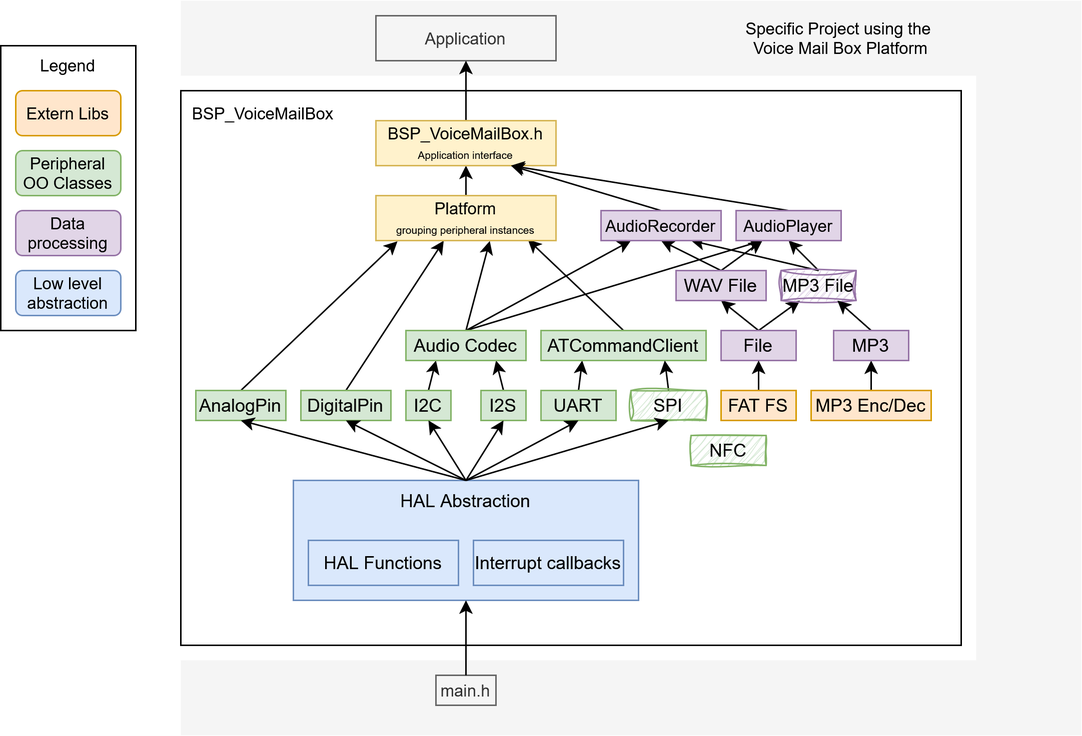
This is Software/BSP_VoiceMailBox/documentation/images/SoftwareStructureOverview.png from KROIA/Voicemail-Box, a draw.io export, as it was before one commit. Source tidied: cells renumbered, new cells last; positions are measured from the earlier drawing's top-left corner, leaving out a move shared by most shapes.
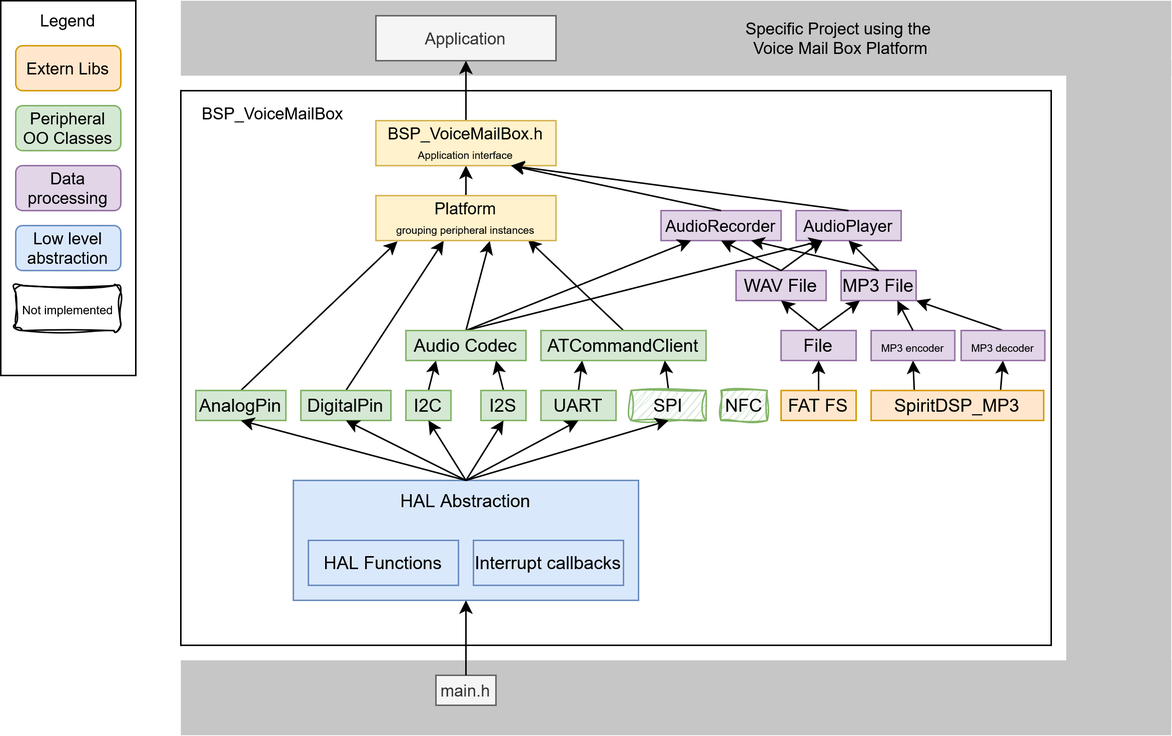
After the change.

The edit, as a diff of the source:
```diff
@@ -5,37 +5,94 @@
     <mxCell id="2" value="Legend" style="rounded=0;whiteSpace=wrap;html=1;align=center;verticalAlign=top;fontFamily=Helvetica;fontSize=11;labelBackgroundColor=none;" parent="1" vertex="1">
-      <mxGeometry y="30" width="90" height="190" as="geometry" />
+      <mxGeometry width="90" height="250" as="geometry" />
     </mxCell>
-    <mxCell id="3" style="group;" parent="1" vertex="1">
-      <mxGeometry x="120" width="600" height="485" as="geometry" />
-    </mxCell>
-    <mxCell id="4" style="rounded=0;whiteSpace=wrap;html=1;strokeColor=none;align=center;verticalAlign=middle;fontFamily=Helvetica;fontSize=11;labelBackgroundColor=none;fillColor=#f5f5f5;fontColor=#333333;" parent="3" vertex="1">
-      <mxGeometry y="440" width="600" height="50" as="geometry" />
-    </mxCell>
-    <mxCell id="5" style="rounded=0;whiteSpace=wrap;html=1;strokeColor=none;align=center;verticalAlign=middle;fontFamily=Helvetica;fontSize=11;labelBackgroundColor=none;fillColor=#f5f5f5;fontColor=#333333;" parent="3" vertex="1">
-      <mxGeometry width="600" height="50" as="geometry" />
-    </mxCell>
+    <mxCell id="70" style="group;" parent="1" vertex="1">
+      <mxGeometry x="120" width="660" height="490" as="geometry" />
+    </mxCell>
+    <mxCell id="71" style="rounded=0;whiteSpace=wrap;html=1;strokeColor=none;align=center;verticalAlign=middle;fontFamily=Helvetica;fontSize=11;labelBackgroundColor=none;fillColor=#C6C6C6;fontColor=#333333;" parent="70" vertex="1">
+      <mxGeometry y="440" width="660" height="50" as="geometry" />
+    </mxCell>
+    <mxCell id="72" style="rounded=0;whiteSpace=wrap;html=1;strokeColor=none;align=center;verticalAlign=middle;fontFamily=Helvetica;fontSize=11;labelBackgroundColor=none;fillColor=#C6C6C6;fontColor=#333333;" parent="70" vertex="1">
+      <mxGeometry width="660" height="50" as="geometry" />
+    </mxCell>
-    <mxCell id="6" value="main.h" style="rounded=0;whiteSpace=wrap;html=1;fontFamily=Helvetica;fontSize=11;labelBackgroundColor=none;fillColor=#f5f5f5;strokeColor=#666666;fontColor=#333333;" parent="3" vertex="1">
+    <mxCell id="6" value="main.h" style="rounded=0;whiteSpace=wrap;html=1;fontFamily=Helvetica;fontSize=11;labelBackgroundColor=none;fillColor=#f5f5f5;strokeColor=#666666;fontColor=#333333;" parent="70" vertex="1">
       <mxGeometry x="170" y="450" width="40" height="20" as="geometry" />
     </mxCell>
-    <mxCell id="7" value="Application" style="rounded=0;whiteSpace=wrap;html=1;strokeColor=#666666;align=center;verticalAlign=middle;fontFamily=Helvetica;fontSize=11;labelBackgroundColor=none;fillColor=#f5f5f5;fontColor=#333333;" parent="3" vertex="1">
+    <mxCell id="7" value="Application" style="rounded=0;whiteSpace=wrap;html=1;strokeColor=#666666;align=center;verticalAlign=middle;fontFamily=Helvetica;fontSize=11;labelBackgroundColor=none;fillColor=#f5f5f5;fontColor=#333333;" parent="70" vertex="1">
       <mxGeometry x="130" y="10" width="120" height="30" as="geometry" />
     </mxCell>
-    <mxCell id="8" style="rounded=0;whiteSpace=wrap;html=1;strokeColor=none;align=center;verticalAlign=middle;fontFamily=Helvetica;fontSize=11;labelBackgroundColor=none;fillColor=#f5f5f5;fontColor=#333333;" parent="3" vertex="1">
-      <mxGeometry x="530" y="40" width="70" height="440" as="geometry" />
-    </mxCell>
-    <mxCell id="9" value="&lt;div&gt;Specific Project using the&amp;nbsp;&lt;/div&gt;&lt;div&gt;Voice Mail Box Platform&lt;/div&gt;" style="text;html=1;align=center;verticalAlign=middle;whiteSpace=wrap;rounded=0;fontFamily=Helvetica;fontSize=11;fontColor=default;labelBackgroundColor=none;" parent="3" vertex="1">
+    <mxCell id="9" value="&lt;div&gt;Specific Project using the&amp;nbsp;&lt;/div&gt;&lt;div&gt;Voice Mail Box Platform&lt;/div&gt;" style="text;html=1;align=center;verticalAlign=middle;whiteSpace=wrap;rounded=0;fontFamily=Helvetica;fontSize=11;fontColor=default;labelBackgroundColor=none;" parent="70" vertex="1">
       <mxGeometry x="340" y="10" width="200" height="30" as="geometry" />
     </mxCell>
-    <mxCell id="10" style="group;" parent="3" vertex="1">
-      <mxGeometry y="60" width="520" height="370" as="geometry" />
-    </mxCell>
-    <mxCell id="11" style="rounded=0;whiteSpace=wrap;html=1;align=center;verticalAlign=middle;fontFamily=Helvetica;fontSize=11;labelBackgroundColor=none;" parent="10" vertex="1">
-      <mxGeometry width="520" height="370" as="geometry" />
-    </mxCell>
+    <mxCell id="73" style="group;" parent="70" vertex="1">
+      <mxGeometry y="60" width="580" height="370" as="geometry" />
+    </mxCell>
+    <mxCell id="74" style="rounded=0;whiteSpace=wrap;html=1;align=center;verticalAlign=middle;fontFamily=Helvetica;fontSize=11;labelBackgroundColor=none;" parent="73" vertex="1">
+      <mxGeometry width="580" height="370" as="geometry" />
+    </mxCell>
-    <mxCell id="12" value="BSP_VoiceMailBox" style="text;html=1;align=center;verticalAlign=middle;whiteSpace=wrap;rounded=0;fontFamily=Helvetica;fontSize=11;fontColor=default;labelBackgroundColor=none;" parent="10" vertex="1">
-      <mxGeometry width="110" height="30" as="geometry" />
+    <mxCell id="12" value="BSP_VoiceMailBox" style="text;html=1;align=center;verticalAlign=middle;whiteSpace=wrap;rounded=0;fontFamily=Helvetica;fontSize=11;fontColor=default;labelBackgroundColor=none;" parent="73" vertex="1">
+      <mxGeometry width="122.7" height="30" as="geometry" />
     </mxCell>
-    <mxCell id="13" value="NFC" style="rounded=0;whiteSpace=wrap;html=1;fillColor=#d5e8d4;strokeColor=#82b366;glass=0;sketch=1;curveFitting=1;jiggle=2;" parent="10" vertex="1">
-      <mxGeometry x="340" y="230" width="50" height="20" as="geometry" />
+    <mxCell id="13" value="NFC" style="rounded=0;whiteSpace=wrap;html=1;fillColor=#d5e8d4;strokeColor=#82b366;glass=0;sketch=1;curveFitting=1;jiggle=2;" parent="73" vertex="1">
+      <mxGeometry x="360" y="200" width="30.8" height="20" as="geometry" />
     </mxCell>
+    <mxCell id="75" style="rounded=0;jettySize=auto;html=1;exitX=0.75;exitY=0;exitDx=0;exitDy=0;entryX=0.5;entryY=1;entryDx=0;entryDy=0;" parent="73" edge="1" source="77" target="80">
+      <mxGeometry relative="1" as="geometry" />
+    </mxCell>
+    <mxCell id="76" style="rounded=0;jettySize=auto;html=1;exitX=0.25;exitY=0;exitDx=0;exitDy=0;entryX=0.5;entryY=1;entryDx=0;entryDy=0;" parent="73" edge="1" source="77" target="78">
+      <mxGeometry relative="1" as="geometry" />
+    </mxCell>
+    <mxCell id="77" value="SpiritDSP_MP3" style="rounded=0;whiteSpace=wrap;html=1;fillColor=#ffe6cc;strokeColor=#d79b00;" parent="73" vertex="1">
+      <mxGeometry x="460" y="200" width="115" height="20" as="geometry" />
+    </mxCell>
+    <mxCell id="78" value="&lt;font style=&quot;font-size: 7px;&quot;&gt;MP3 encoder&lt;/font&gt;" style="rounded=0;whiteSpace=wrap;html=1;fillColor=#e1d5e7;strokeColor=#9673a6;align=center;verticalAlign=middle;labelPosition=center;verticalLabelPosition=middle;" parent="73" vertex="1">
+      <mxGeometry x="460" y="160" width="55.8" height="20" as="geometry" />
+    </mxCell>
+    <mxCell id="79" style="rounded=0;jettySize=auto;html=1;exitX=0.5;exitY=0;exitDx=0;exitDy=0;entryX=1;entryY=1;entryDx=0;entryDy=0;" parent="73" edge="1" source="80" target="44">
+      <mxGeometry relative="1" as="geometry" />
+    </mxCell>
+    <mxCell id="80" value="&lt;font style=&quot;font-size: 7px;&quot;&gt;MP3 decoder&lt;/font&gt;" style="rounded=0;whiteSpace=wrap;html=1;fillColor=#e1d5e7;strokeColor=#9673a6;align=center;verticalAlign=middle;labelPosition=center;verticalLabelPosition=middle;" parent="73" vertex="1">
+      <mxGeometry x="520" y="160" width="55.8" height="20" as="geometry" />
+    </mxCell>
+    <mxCell id="30" value="File" style="rounded=0;whiteSpace=wrap;html=1;fillColor=#e1d5e7;strokeColor=#9673a6;" parent="73" vertex="1">
+      <mxGeometry x="400" y="160" width="50" height="20" as="geometry" />
+    </mxCell>
+    <mxCell id="38" value="FAT FS" style="rounded=0;whiteSpace=wrap;html=1;fillColor=#ffe6cc;strokeColor=#d79b00;" parent="73" vertex="1">
+      <mxGeometry x="400" y="200" width="50" height="20" as="geometry" />
+    </mxCell>
+    <mxCell id="37" style="edgeStyle=orthogonalEdgeStyle;rounded=0;jettySize=auto;html=1;exitX=0.5;exitY=0;exitDx=0;exitDy=0;entryX=0.5;entryY=1;entryDx=0;entryDy=0;" parent="73" edge="1" source="38" target="30">
+      <mxGeometry relative="1" as="geometry" />
+    </mxCell>
+    <mxCell id="41" value="WAV File" style="rounded=0;whiteSpace=wrap;html=1;fillColor=#e1d5e7;strokeColor=#9673a6;" parent="73" vertex="1">
+      <mxGeometry x="370" y="120" width="60" height="20" as="geometry" />
+    </mxCell>
+    <mxCell id="44" value="MP3 File" style="rounded=0;whiteSpace=wrap;html=1;fillColor=#e1d5e7;strokeColor=#9673a6;align=center;verticalAlign=middle;fontFamily=Helvetica;fontSize=12;fontColor=default;glass=0;" parent="73" vertex="1">
+      <mxGeometry x="440" y="120" width="50" height="20" as="geometry" />
+    </mxCell>
+    <mxCell id="69" value="AudioPlayer" style="rounded=0;whiteSpace=wrap;html=1;strokeColor=#9673a6;align=center;verticalAlign=middle;fontFamily=Helvetica;fontSize=11;labelBackgroundColor=none;fillColor=#e1d5e7;" parent="73" vertex="1">
+      <mxGeometry x="410" y="80" width="70" height="20" as="geometry" />
+    </mxCell>
+    <mxCell id="67" value="AudioRecorder" style="rounded=0;whiteSpace=wrap;html=1;strokeColor=#9673a6;align=center;verticalAlign=middle;fontFamily=Helvetica;fontSize=11;labelBackgroundColor=none;fillColor=#e1d5e7;" parent="73" vertex="1">
+      <mxGeometry x="320" y="80" width="80" height="20" as="geometry" />
+    </mxCell>
+    <mxCell id="28" style="rounded=0;jettySize=auto;html=1;exitX=0.5;exitY=0;exitDx=0;exitDy=0;entryX=0.5;entryY=1;entryDx=0;entryDy=0;" parent="73" edge="1" source="30" target="41">
+      <mxGeometry relative="1" as="geometry" />
+    </mxCell>
+    <mxCell id="29" style="rounded=0;jettySize=auto;html=1;exitX=0.5;exitY=0;exitDx=0;exitDy=0;entryX=0.25;entryY=1;entryDx=0;entryDy=0;" parent="73" edge="1" source="30" target="44">
+      <mxGeometry relative="1" as="geometry" />
+    </mxCell>
+    <mxCell id="81" style="rounded=0;jettySize=auto;html=1;exitX=0.5;exitY=0;exitDx=0;exitDy=0;entryX=0.75;entryY=1;entryDx=0;entryDy=0;" parent="73" edge="1" source="78" target="44">
+      <mxGeometry relative="1" as="geometry" />
+    </mxCell>
+    <mxCell id="40" style="edgeStyle=none;shape=connector;rounded=0;jettySize=auto;html=1;exitX=0.5;exitY=0;exitDx=0;exitDy=0;entryX=0.25;entryY=1;entryDx=0;entryDy=0;strokeColor=default;align=center;verticalAlign=middle;fontFamily=Helvetica;fontSize=11;fontColor=default;labelBackgroundColor=none;endArrow=classic;" parent="73" edge="1" source="41" target="69">
+      <mxGeometry relative="1" as="geometry" />
+    </mxCell>
+    <mxCell id="43" style="edgeStyle=none;shape=connector;rounded=0;jettySize=auto;html=1;exitX=0.5;exitY=0;exitDx=0;exitDy=0;entryX=0.5;entryY=1;entryDx=0;entryDy=0;strokeColor=default;align=center;verticalAlign=middle;fontFamily=Helvetica;fontSize=11;fontColor=default;labelBackgroundColor=none;endArrow=classic;" parent="73" edge="1" source="44" target="69">
+      <mxGeometry relative="1" as="geometry" />
+    </mxCell>
+    <mxCell id="39" style="edgeStyle=none;shape=connector;rounded=0;jettySize=auto;html=1;exitX=0.5;exitY=0;exitDx=0;exitDy=0;entryX=0.5;entryY=1;entryDx=0;entryDy=0;strokeColor=default;align=center;verticalAlign=middle;fontFamily=Helvetica;fontSize=11;fontColor=default;labelBackgroundColor=none;endArrow=classic;" parent="73" edge="1" source="41" target="67">
+      <mxGeometry relative="1" as="geometry" />
+    </mxCell>
+    <mxCell id="42" style="edgeStyle=none;shape=connector;rounded=0;jettySize=auto;html=1;exitX=0.5;exitY=0;exitDx=0;exitDy=0;entryX=0.75;entryY=1;entryDx=0;entryDy=0;strokeColor=default;align=center;verticalAlign=middle;fontFamily=Helvetica;fontSize=11;fontColor=default;labelBackgroundColor=none;endArrow=classic;" parent="73" edge="1" source="44" target="67">
+      <mxGeometry relative="1" as="geometry" />
+    </mxCell>
     <mxCell id="14" style="group;" parent="1" vertex="1">
@@ -82,11 +139,2 @@
     </mxCell>
-    <mxCell id="28" style="rounded=0;jettySize=auto;html=1;exitX=0.5;exitY=0;exitDx=0;exitDy=0;entryX=0.5;entryY=1;entryDx=0;entryDy=0;" parent="1" edge="1" source="30" target="41">
-      <mxGeometry relative="1" as="geometry" />
-    </mxCell>
-    <mxCell id="29" style="rounded=0;jettySize=auto;html=1;exitX=0.5;exitY=0;exitDx=0;exitDy=0;entryX=0.25;entryY=1;entryDx=0;entryDy=0;" parent="1" edge="1" source="30" target="44">
-      <mxGeometry relative="1" as="geometry" />
-    </mxCell>
-    <mxCell id="30" value="File" style="rounded=0;whiteSpace=wrap;html=1;fillColor=#e1d5e7;strokeColor=#9673a6;" parent="1" vertex="1">
-      <mxGeometry x="480" y="220" width="50" height="20" as="geometry" />
-    </mxCell>
     <mxCell id="31" style="edgeStyle=none;shape=connector;rounded=0;jettySize=auto;html=1;exitX=0.5;exitY=0;exitDx=0;exitDy=0;entryX=0.632;entryY=1.008;entryDx=0;entryDy=0;strokeColor=default;align=center;verticalAlign=middle;fontFamily=Helvetica;fontSize=11;fontColor=default;labelBackgroundColor=none;endArrow=classic;entryPerimeter=0;" parent="1" edge="1" source="34" target="62">
@@ -109,38 +157,2 @@
     </mxCell>
-    <mxCell id="37" style="edgeStyle=orthogonalEdgeStyle;rounded=0;jettySize=auto;html=1;exitX=0.5;exitY=0;exitDx=0;exitDy=0;entryX=0.5;entryY=1;entryDx=0;entryDy=0;" parent="1" edge="1" source="38" target="30">
-      <mxGeometry relative="1" as="geometry" />
-    </mxCell>
-    <mxCell id="38" value="FAT FS" style="rounded=0;whiteSpace=wrap;html=1;fillColor=#ffe6cc;strokeColor=#d79b00;" parent="1" vertex="1">
-      <mxGeometry x="480" y="260" width="50" height="20" as="geometry" />
-    </mxCell>
-    <mxCell id="39" style="edgeStyle=none;shape=connector;rounded=0;jettySize=auto;html=1;exitX=0.5;exitY=0;exitDx=0;exitDy=0;entryX=0.5;entryY=1;entryDx=0;entryDy=0;strokeColor=default;align=center;verticalAlign=middle;fontFamily=Helvetica;fontSize=11;fontColor=default;labelBackgroundColor=none;endArrow=classic;" parent="1" edge="1" source="41" target="67">
-      <mxGeometry relative="1" as="geometry" />
-    </mxCell>
-    <mxCell id="40" style="edgeStyle=none;shape=connector;rounded=0;jettySize=auto;html=1;exitX=0.5;exitY=0;exitDx=0;exitDy=0;entryX=0.25;entryY=1;entryDx=0;entryDy=0;strokeColor=default;align=center;verticalAlign=middle;fontFamily=Helvetica;fontSize=11;fontColor=default;labelBackgroundColor=none;endArrow=classic;" parent="1" edge="1" source="41" target="69">
-      <mxGeometry relative="1" as="geometry" />
-    </mxCell>
-    <mxCell id="41" value="WAV File" style="rounded=0;whiteSpace=wrap;html=1;fillColor=#e1d5e7;strokeColor=#9673a6;" parent="1" vertex="1">
-      <mxGeometry x="450" y="180" width="60" height="20" as="geometry" />
-    </mxCell>
-    <mxCell id="42" style="edgeStyle=none;shape=connector;rounded=0;jettySize=auto;html=1;exitX=0.5;exitY=0;exitDx=0;exitDy=0;entryX=0.75;entryY=1;entryDx=0;entryDy=0;strokeColor=default;align=center;verticalAlign=middle;fontFamily=Helvetica;fontSize=11;fontColor=default;labelBackgroundColor=none;endArrow=classic;" parent="1" edge="1" source="44" target="67">
-      <mxGeometry relative="1" as="geometry" />
-    </mxCell>
-    <mxCell id="43" style="edgeStyle=none;shape=connector;rounded=0;jettySize=auto;html=1;exitX=0.5;exitY=0;exitDx=0;exitDy=0;entryX=0.5;entryY=1;entryDx=0;entryDy=0;strokeColor=default;align=center;verticalAlign=middle;fontFamily=Helvetica;fontSize=11;fontColor=default;labelBackgroundColor=none;endArrow=classic;" parent="1" edge="1" source="44" target="69">
-      <mxGeometry relative="1" as="geometry" />
-    </mxCell>
-    <mxCell id="44" value="MP3 File" style="rounded=0;whiteSpace=wrap;html=1;fillColor=#e1d5e7;strokeColor=#9673a6;sketch=1;curveFitting=1;jiggle=2;" parent="1" vertex="1">
-      <mxGeometry x="520" y="180" width="50" height="20" as="geometry" />
-    </mxCell>
-    <mxCell id="45" style="rounded=0;jettySize=auto;html=1;exitX=0.5;exitY=0;exitDx=0;exitDy=0;entryX=0.5;entryY=1;entryDx=0;entryDy=0;" parent="1" edge="1" source="46" target="48">
-      <mxGeometry relative="1" as="geometry" />
-    </mxCell>
-    <mxCell id="46" value="MP3 Enc/Dec" style="rounded=0;whiteSpace=wrap;html=1;fillColor=#ffe6cc;strokeColor=#d79b00;" parent="1" vertex="1">
-      <mxGeometry x="540" y="260" width="80" height="20" as="geometry" />
-    </mxCell>
-    <mxCell id="47" style="rounded=0;jettySize=auto;html=1;exitX=0.5;exitY=0;exitDx=0;exitDy=0;entryX=0.75;entryY=1;entryDx=0;entryDy=0;" parent="1" edge="1" source="48" target="44">
-      <mxGeometry relative="1" as="geometry" />
-    </mxCell>
-    <mxCell id="48" value="MP3" style="rounded=0;whiteSpace=wrap;html=1;fillColor=#e1d5e7;strokeColor=#9673a6;" parent="1" vertex="1">
-      <mxGeometry x="555" y="220" width="50" height="20" as="geometry" />
-    </mxCell>
     <mxCell id="49" style="rounded=0;jettySize=auto;html=1;exitX=0.5;exitY=0;exitDx=0;exitDy=0;entryX=0.75;entryY=1;entryDx=0;entryDy=0;" parent="1" edge="1" source="50" target="36">
@@ -170,3 +182,3 @@
     <mxCell id="57" value="&lt;div&gt;Extern Libs&lt;/div&gt;" style="rounded=1;whiteSpace=wrap;html=1;fontFamily=Helvetica;fontSize=11;labelBackgroundColor=none;fillColor=#ffe6cc;strokeColor=#d79b00;" parent="1" vertex="1">
-      <mxGeometry x="10" y="60" width="70" height="30" as="geometry" />
+      <mxGeometry x="10" y="30" width="70" height="30" as="geometry" />
     </mxCell>
@@ -176,6 +188,6 @@
     <mxCell id="59" value="Peripheral OO Classes" style="rounded=1;whiteSpace=wrap;html=1;fontFamily=Helvetica;fontSize=11;labelBackgroundColor=none;fillColor=#d5e8d4;strokeColor=#82b366;" parent="1" vertex="1">
-      <mxGeometry x="10" y="100" width="70" height="30" as="geometry" />
+      <mxGeometry x="10" y="70" width="70" height="30" as="geometry" />
     </mxCell>
     <mxCell id="60" value="Low level abstraction" style="rounded=1;whiteSpace=wrap;html=1;strokeColor=#6c8ebf;align=center;verticalAlign=middle;fontFamily=Helvetica;fontSize=11;fontColor=default;labelBackgroundColor=none;fillColor=#dae8fc;" parent="1" vertex="1">
-      <mxGeometry x="10" y="180" width="70" height="30" as="geometry" />
+      <mxGeometry x="10" y="150" width="70" height="30" as="geometry" />
     </mxCell>
@@ -194,3 +206,3 @@
     <mxCell id="65" value="Data processing" style="rounded=1;whiteSpace=wrap;html=1;strokeColor=#9673a6;align=center;verticalAlign=middle;fontFamily=Helvetica;fontSize=11;labelBackgroundColor=none;fillColor=#e1d5e7;" parent="1" vertex="1">
-      <mxGeometry x="10" y="140" width="70" height="30" as="geometry" />
+      <mxGeometry x="10" y="110" width="70" height="30" as="geometry" />
     </mxCell>
@@ -199,5 +211,2 @@
     </mxCell>
-    <mxCell id="67" value="AudioRecorder" style="rounded=0;whiteSpace=wrap;html=1;strokeColor=#9673a6;align=center;verticalAlign=middle;fontFamily=Helvetica;fontSize=11;labelBackgroundColor=none;fillColor=#e1d5e7;" parent="1" vertex="1">
-      <mxGeometry x="400" y="140" width="80" height="20" as="geometry" />
-    </mxCell>
     <mxCell id="68" style="edgeStyle=none;shape=connector;rounded=0;jettySize=auto;html=1;exitX=0.5;exitY=0;exitDx=0;exitDy=0;entryX=0.75;entryY=1;entryDx=0;entryDy=0;strokeColor=default;align=center;verticalAlign=middle;fontFamily=Helvetica;fontSize=11;fontColor=default;labelBackgroundColor=none;endArrow=classic;" parent="1" edge="1" source="69" target="64">
@@ -205,5 +214,8 @@
     </mxCell>
-    <mxCell id="69" value="AudioPlayer" style="rounded=0;whiteSpace=wrap;html=1;strokeColor=#9673a6;align=center;verticalAlign=middle;fontFamily=Helvetica;fontSize=11;labelBackgroundColor=none;fillColor=#e1d5e7;" parent="1" vertex="1">
-      <mxGeometry x="490" y="140" width="70" height="20" as="geometry" />
-    </mxCell>
+    <mxCell id="82" value="&lt;font style=&quot;font-size: 8px;&quot;&gt;Not implemented&lt;/font&gt;" style="rounded=1;whiteSpace=wrap;html=1;sketch=1;curveFitting=1;jiggle=2;" parent="1" vertex="1">
+      <mxGeometry x="10" y="190" width="70" height="30" as="geometry" />
+    </mxCell>
+    <mxCell id="83" style="rounded=0;whiteSpace=wrap;html=1;strokeColor=none;align=center;verticalAlign=middle;fontFamily=Helvetica;fontSize=11;labelBackgroundColor=none;fillColor=#C6C6C6;fontColor=#333333;" parent="1" vertex="1">
+      <mxGeometry x="710" y="40" width="70" height="440" as="geometry" />
+    </mxCell>
   </root>
```
